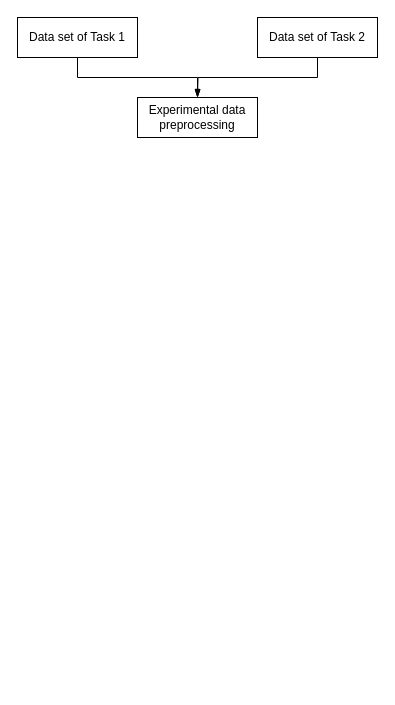
hypzz0627/flag keeps this draw.io diagram as 业务图.drawio. Above is the earlier version. Source tidied: cells renumbered, new cells numbered last; positions are measured from the earlier drawing's top-left corner, leaving out a move shared by most shapes. Both pictures are drawn from the tidied source at 100%, with x=0, y=0 at pixel (17, 17).
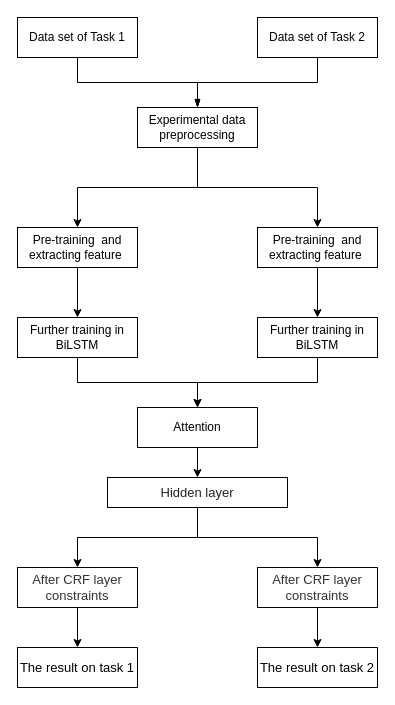
The same page after the edit.

The change refers to these unchanged cells:
```xml
<mxCell id="5" value="Data set of&amp;nbsp;Task 2" style="rounded=0;whiteSpace=wrap;html=1;" parent="1" vertex="1">
  <mxGeometry x="240" width="120" height="40" as="geometry" />
</mxCell>
```

What changed in the source:
```diff
@@
-    <mxCell id="4" style="edgeStyle=orthogonalEdgeStyle;rounded=0;jettySize=auto;html=1;exitX=0.5;exitY=1;exitDx=0;exitDy=0;endArrow=blockThin;endFill=1;" parent="1" edge="1" source="5">
-      <mxGeometry relative="1" as="geometry">
-        <mxPoint x="180" y="80" as="targetPoint" />
-      </mxGeometry>
+    <mxCell id="4" style="edgeStyle=orthogonalEdgeStyle;rounded=0;jettySize=auto;html=1;exitX=0.5;exitY=1;exitDx=0;exitDy=0;endArrow=blockThin;endFill=1;entryX=0.5;entryY=0;entryDx=0;entryDy=0;" parent="1" edge="1" source="5" target="6">
+      <mxGeometry relative="1" as="geometry" />
     </mxCell>
@@
+    <mxCell id="7" style="edgeStyle=orthogonalEdgeStyle;rounded=0;jettySize=auto;html=1;exitX=0.5;exitY=1;exitDx=0;exitDy=0;entryX=0.5;entryY=0;entryDx=0;entryDy=0;" parent="1" edge="1" source="6" target="10">
+      <mxGeometry relative="1" as="geometry" />
+    </mxCell>
+    <mxCell id="8" style="edgeStyle=orthogonalEdgeStyle;rounded=0;jettySize=auto;html=1;exitX=0.5;exitY=1;exitDx=0;exitDy=0;entryX=0.5;entryY=0;entryDx=0;entryDy=0;" parent="1" edge="1" source="6" target="12">
+      <mxGeometry relative="1" as="geometry" />
+    </mxCell>
     <mxCell id="6" value="Experimental data preprocessing" style="rounded=0;whiteSpace=wrap;html=1;" parent="1" vertex="1">
-      <mxGeometry x="120" y="80" width="120" height="40" as="geometry" />
+      <mxGeometry x="120" y="90" width="120" height="40" as="geometry" />
     </mxCell>
+    <mxCell id="9" style="edgeStyle=orthogonalEdgeStyle;rounded=0;jettySize=auto;html=1;exitX=0.5;exitY=1;exitDx=0;exitDy=0;" parent="1" edge="1" source="10" target="14">
+      <mxGeometry relative="1" as="geometry" />
+    </mxCell>
+    <mxCell id="10" value="&amp;nbsp;Pre-training&amp;nbsp; and&amp;nbsp; extracting feature&amp;nbsp;" style="rounded=0;whiteSpace=wrap;html=1;" parent="1" vertex="1">
+      <mxGeometry y="210" width="120" height="40" as="geometry" />
+    </mxCell>
+    <mxCell id="11" style="edgeStyle=orthogonalEdgeStyle;rounded=0;jettySize=auto;html=1;exitX=0.5;exitY=1;exitDx=0;exitDy=0;" parent="1" edge="1" source="12" target="16">
+      <mxGeometry relative="1" as="geometry" />
+    </mxCell>
+    <mxCell id="12" value="&amp;nbsp;Pre-training&amp;nbsp; and&amp;nbsp; extracting feature&amp;nbsp;" style="rounded=0;whiteSpace=wrap;html=1;" parent="1" vertex="1">
+      <mxGeometry x="240" y="210" width="120" height="40" as="geometry" />
+    </mxCell>
+    <mxCell id="13" style="edgeStyle=orthogonalEdgeStyle;rounded=0;jettySize=auto;html=1;exitX=0.5;exitY=1;exitDx=0;exitDy=0;entryX=0.5;entryY=0;entryDx=0;entryDy=0;" parent="1" edge="1" source="14" target="18">
+      <mxGeometry relative="1" as="geometry" />
+    </mxCell>
+    <mxCell id="14" value="Further training in BiLSTM" style="rounded=0;whiteSpace=wrap;html=1;" parent="1" vertex="1">
+      <mxGeometry y="300" width="120" height="40" as="geometry" />
+    </mxCell>
+    <mxCell id="15" style="edgeStyle=orthogonalEdgeStyle;rounded=0;jettySize=auto;html=1;exitX=0.5;exitY=1;exitDx=0;exitDy=0;entryX=0.5;entryY=0;entryDx=0;entryDy=0;" parent="1" edge="1" source="16" target="18">
+      <mxGeometry relative="1" as="geometry" />
+    </mxCell>
+    <mxCell id="16" value="Further training in BiLSTM" style="rounded=0;whiteSpace=wrap;html=1;" parent="1" vertex="1">
+      <mxGeometry x="240" y="300" width="120" height="40" as="geometry" />
+    </mxCell>
+    <mxCell id="17" style="edgeStyle=orthogonalEdgeStyle;rounded=0;jettySize=auto;html=1;exitX=0.5;exitY=1;exitDx=0;exitDy=0;" parent="1" edge="1" source="18" target="21">
+      <mxGeometry relative="1" as="geometry" />
+    </mxCell>
+    <mxCell id="18" value="Attention" style="rounded=0;whiteSpace=wrap;html=1;" parent="1" vertex="1">
+      <mxGeometry x="120" y="390" width="120" height="40" as="geometry" />
+    </mxCell>
+    <mxCell id="19" style="edgeStyle=orthogonalEdgeStyle;rounded=0;jettySize=auto;html=1;exitX=0.5;exitY=1;exitDx=0;exitDy=0;fontSize=13;" parent="1" edge="1" source="21" target="23">
+      <mxGeometry relative="1" as="geometry" />
+    </mxCell>
+    <mxCell id="20" style="edgeStyle=orthogonalEdgeStyle;rounded=0;jettySize=auto;html=1;exitX=0.5;exitY=1;exitDx=0;exitDy=0;fontSize=13;entryX=0.5;entryY=0;entryDx=0;entryDy=0;" parent="1" edge="1" source="21" target="25">
+      <mxGeometry relative="1" as="geometry" />
+    </mxCell>
+    <mxCell id="21" value="&lt;span style=&quot;color: rgb(34 , 34 , 34) ; font-family: &amp;#34;arial&amp;#34; , sans-serif ; font-size: 13px ; background-color: rgb(255 , 255 , 255)&quot;&gt;Hidden layer&lt;/span&gt;" style="rounded=0;whiteSpace=wrap;html=1;" parent="1" vertex="1">
+      <mxGeometry x="90" y="460" width="180" height="30" as="geometry" />
+    </mxCell>
+    <mxCell id="22" style="edgeStyle=orthogonalEdgeStyle;rounded=0;jettySize=auto;html=1;exitX=0.5;exitY=1;exitDx=0;exitDy=0;entryX=0.5;entryY=0;entryDx=0;entryDy=0;fontSize=13;" parent="1" edge="1" source="23" target="26">
+      <mxGeometry relative="1" as="geometry" />
+    </mxCell>
+    <mxCell id="23" value="&lt;span style=&quot;color: rgb(51 , 51 , 51) ; font-family: &amp;#34;arial&amp;#34; , sans-serif ; background-color: rgb(255 , 255 , 255)&quot;&gt;&lt;font style=&quot;font-size: 13px&quot;&gt;After CRF layer constraints&lt;/font&gt;&lt;/span&gt;" style="rounded=0;whiteSpace=wrap;html=1;" parent="1" vertex="1">
+      <mxGeometry y="550" width="120" height="40" as="geometry" />
+    </mxCell>
+    <mxCell id="24" style="edgeStyle=orthogonalEdgeStyle;rounded=0;jettySize=auto;html=1;exitX=0.5;exitY=1;exitDx=0;exitDy=0;fontSize=13;" parent="1" edge="1" source="25" target="27">
+      <mxGeometry relative="1" as="geometry" />
+    </mxCell>
+    <mxCell id="25" value="&lt;span style=&quot;color: rgb(51 , 51 , 51) ; font-family: &amp;#34;arial&amp;#34; , sans-serif ; background-color: rgb(255 , 255 , 255)&quot;&gt;&lt;font style=&quot;font-size: 13px&quot;&gt;After CRF layer constraints&lt;/font&gt;&lt;/span&gt;" style="rounded=0;whiteSpace=wrap;html=1;" parent="1" vertex="1">
+      <mxGeometry x="240" y="550" width="120" height="40" as="geometry" />
+    </mxCell>
+    <mxCell id="26" value="The result on task 1" style="rounded=0;whiteSpace=wrap;html=1;fontSize=13;" parent="1" vertex="1">
+      <mxGeometry y="630" width="120" height="40" as="geometry" />
+    </mxCell>
+    <mxCell id="27" value="The result on task 2" style="rounded=0;whiteSpace=wrap;html=1;fontSize=13;" parent="1" vertex="1">
+      <mxGeometry x="240" y="630" width="120" height="40" as="geometry" />
+    </mxCell>
```
